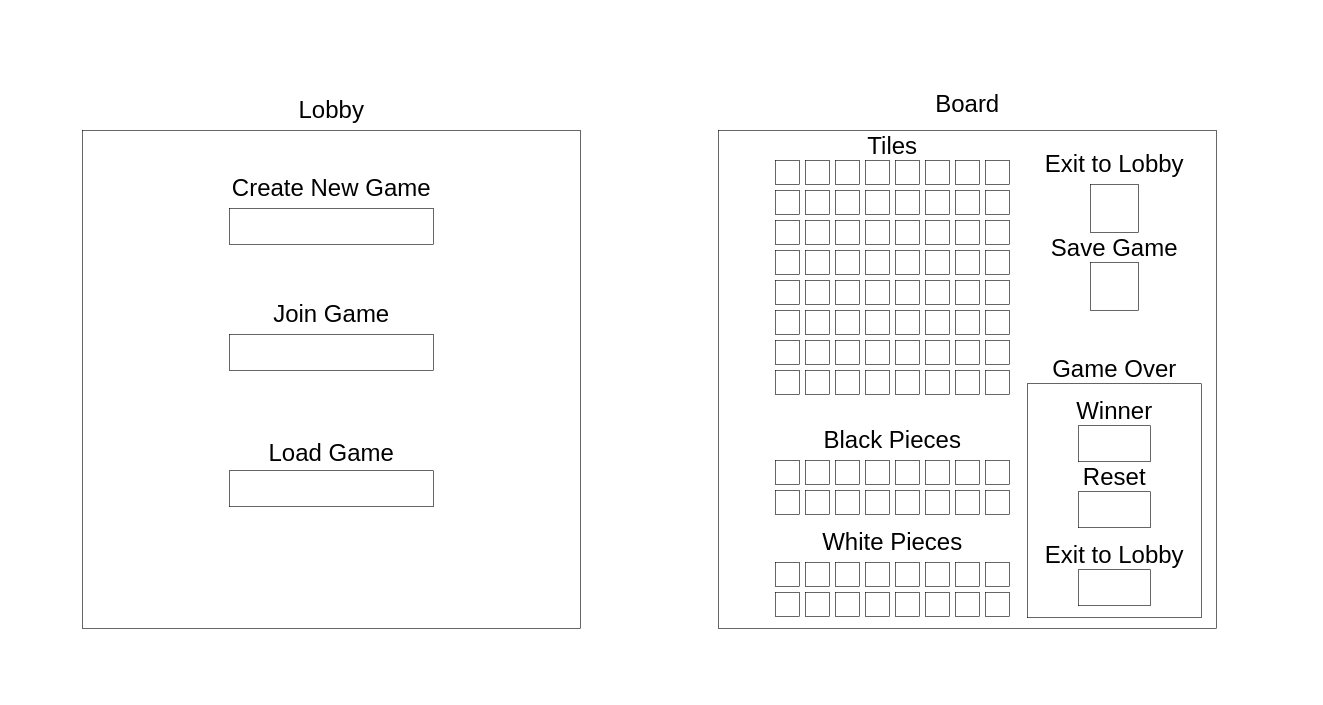
This is Untitled Diagram.drawio from gpk96gpk/chess, a draw.io file, before an edit. Source tidied: cells renumbered, new cells numbered last; positions are measured from the earlier drawing's top-left corner, leaving out a move shared by most shapes. Both pictures are drawn from the tidied source at 60%, with x=0, y=0 at pixel (82, 76).
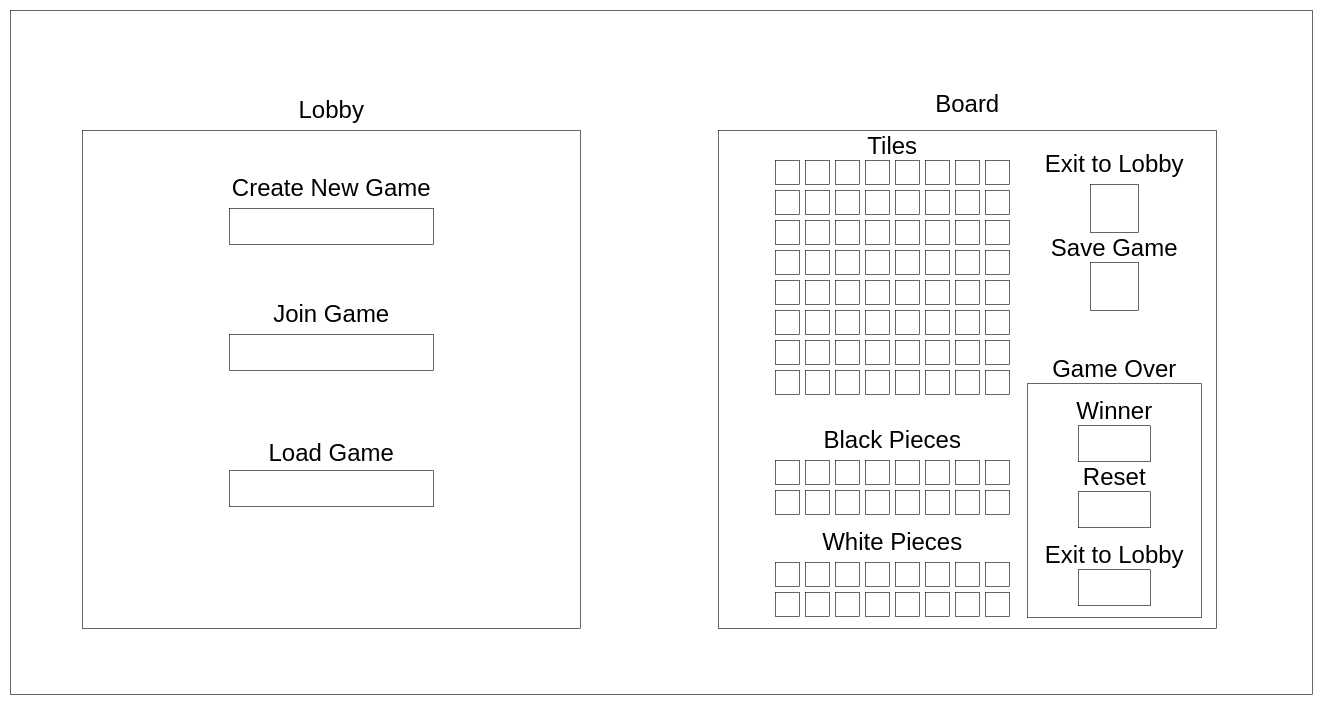
After the change.

Change to the diagram source:
```diff
@@
+    <mxCell id="123" style="rounded=0;whiteSpace=wrap;html=1;" parent="1" vertex="1">
+      <mxGeometry x="-120" y="-110" width="2170" height="1140" as="geometry" />
+    </mxCell>
```
